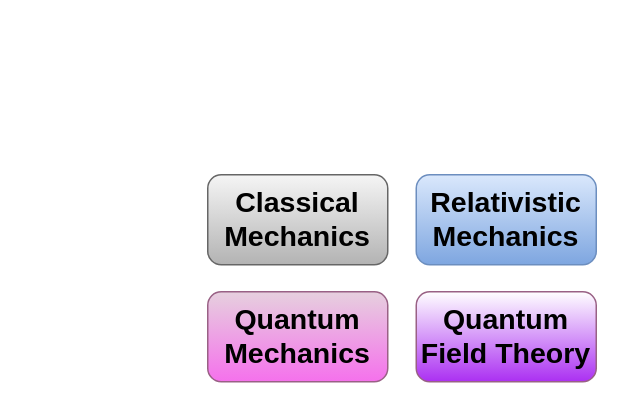
Earlier version of the draw.io diagram LectureNotes/Figures/stat-mech-overview.drawio (rxa254/StatisticalPhysics). Source tidied: cells renumbered, new cells numbered last; positions are measured from the earlier drawing's top-left corner, leaving out a move shared by most shapes. Both pictures are drawn from the tidied source at 150%, with x=0, y=0 at pixel (207, 174). Pictures stored in the file or linked from it are replaced by grey dashed boxes.
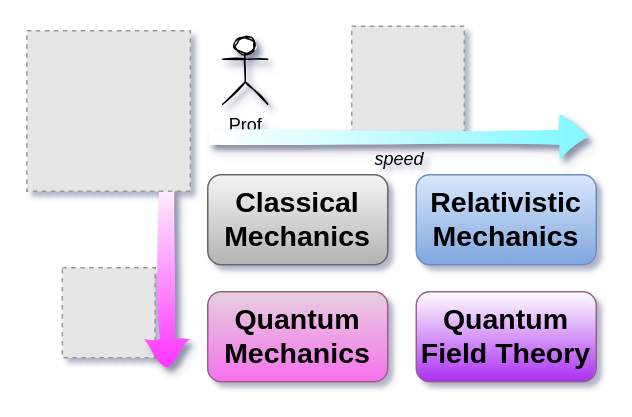
The same diagram, later.

What changed in the source:
```diff
@@
-<mxGraphModel>
+<mxGraphModel shadow="1">
   <root>
     <mxCell id="0" />
     <mxCell id="1" parent="0" />
+    <mxCell id="6" style="fillColor=#E6E6E6;strokeColor=#999999;dashed=1;verticalLabelPosition=bottom;labelBackgroundColor=#ffffff;verticalAlign=top;" parent="1" vertex="1">
+      <mxGeometry x="-97" y="62" width="61.9" height="60" as="geometry" />
+    </mxCell>
+    <mxCell id="7" style="fillColor=#E6E6E6;strokeColor=#999999;dashed=1;verticalLabelPosition=bottom;labelBackgroundColor=#ffffff;verticalAlign=top;" parent="1" vertex="1">
+      <mxGeometry x="96" y="-99" width="75" height="75" as="geometry" />
+    </mxCell>
     <mxCell id="2" value="&lt;div style=&quot;font-size: 19px;&quot;&gt;Classical&lt;/div&gt;&lt;div style=&quot;font-size: 19px;&quot;&gt;Mechanics&lt;br style=&quot;font-size: 19px;&quot;&gt;&lt;/div&gt;" style="rounded=1;whiteSpace=wrap;html=1;fillColor=#f5f5f5;strokeColor=#666666;fontStyle=1;fontSize=19;gradientColor=#b3b3b3;" parent="1" vertex="1">
       <mxGeometry width="120" height="60" as="geometry" />
     </mxCell>
     <mxCell id="3" value="&lt;div style=&quot;font-size: 19px&quot;&gt;Quantum&lt;/div&gt;&lt;div style=&quot;font-size: 19px&quot;&gt;Mechanics&lt;br style=&quot;font-size: 19px&quot;&gt;&lt;/div&gt;" style="rounded=1;whiteSpace=wrap;html=1;fillColor=#e6d0de;strokeColor=#996185;fontStyle=1;fontSize=19;gradientColor=#F571EC;" parent="1" vertex="1">
       <mxGeometry y="78" width="120" height="60" as="geometry" />
     </mxCell>
     <mxCell id="4" value="&lt;div style=&quot;font-size: 19px&quot;&gt;Relativistic&lt;/div&gt;&lt;div style=&quot;font-size: 19px&quot;&gt;Mechanics&lt;br style=&quot;font-size: 19px&quot;&gt;&lt;/div&gt;" style="rounded=1;whiteSpace=wrap;html=1;fillColor=#dae8fc;strokeColor=#6c8ebf;fontStyle=1;fontSize=19;gradientColor=#7ea6e0;" parent="1" vertex="1">
       <mxGeometry x="139" width="120" height="60" as="geometry" />
     </mxCell>
     <mxCell id="5" value="&lt;div style=&quot;font-size: 19px&quot;&gt;Quantum&lt;/div&gt;&lt;div style=&quot;font-size: 19px&quot;&gt;Field Theory&lt;br style=&quot;font-size: 19px&quot;&gt;&lt;/div&gt;" style="rounded=1;whiteSpace=wrap;html=1;strokeColor=#996185;fontStyle=1;fontSize=19;fillColor=#FFFFFF;gradientColor=#AB30F2;" parent="1" vertex="1">
       <mxGeometry x="139" y="78" width="120" height="60" as="geometry" />
     </mxCell>
+    <mxCell id="8" value="Prof" style="shape=umlActor;verticalLabelPosition=bottom;verticalAlign=top;html=1;sketch=1;shadow=1;" parent="1" vertex="1">
+      <mxGeometry x="10" y="-92" width="30" height="45" as="geometry" />
+    </mxCell>
+    <mxCell id="9" style="shape=flexArrow;endArrow=classic;html=1;shadow=1;sketch=1;fillColor=#ffffff;gradientDirection=east;gradientColor=#80F7FF;strokeColor=none;" parent="1" edge="1">
+      <mxGeometry relative="1" as="geometry">
+        <mxPoint y="-25" as="sourcePoint" />
+        <mxPoint x="254" y="-25" as="targetPoint" />
+      </mxGeometry>
+    </mxCell>
+    <mxCell id="10" style="shape=flexArrow;endArrow=classic;html=1;shadow=1;sketch=1;fillColor=#ffffff;gradientDirection=south;gradientColor=#FF33FF;strokeColor=none;" parent="1" edge="1">
+      <mxGeometry relative="1" as="geometry">
+        <mxPoint x="-27" y="-1" as="sourcePoint" />
+        <mxPoint x="-27" y="129" as="targetPoint" />
+      </mxGeometry>
+    </mxCell>
+    <mxCell id="11" value="speed" style="text;html=1;strokeColor=none;fillColor=none;align=center;verticalAlign=middle;whiteSpace=wrap;rounded=0;fontStyle=2;" parent="1" vertex="1">
+      <mxGeometry x="108" y="-20" width="40" height="20" as="geometry" />
+    </mxCell>
+    <mxCell id="12" style="fillColor=#E6E6E6;strokeColor=#999999;dashed=1;verticalLabelPosition=bottom;labelBackgroundColor=#ffffff;verticalAlign=top;" parent="1" vertex="1">
+      <mxGeometry x="-120.6" y="-96" width="109" height="107" as="geometry" />
+    </mxCell>
   </root>
 </mxGraphModel>
```
